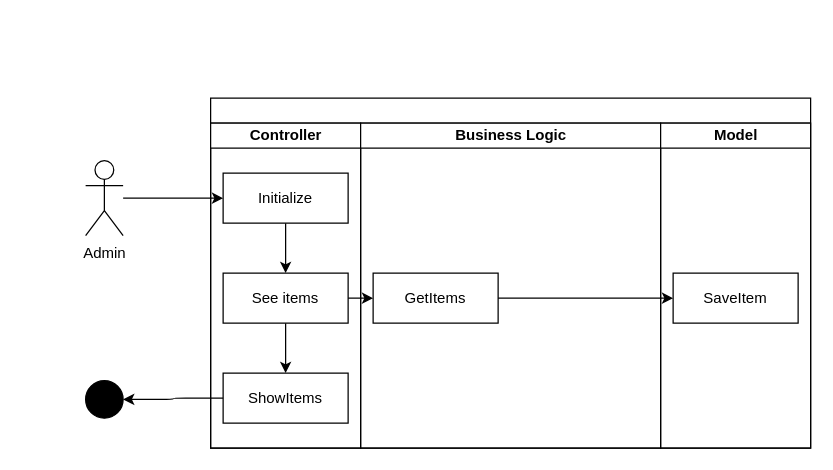
Above: diagrams/ASD/SeeItems.drawio in JochemGrootherder/educom-webshop-runtime-records (draw.io), before the change. Source tidied: cells renumbered, new cells numbered last; positions are measured from the earlier drawing's top-left corner, leaving out a move shared by most shapes. Both pictures are drawn from the tidied source at 125%, with x=0, y=0 at pixel (85, 98).
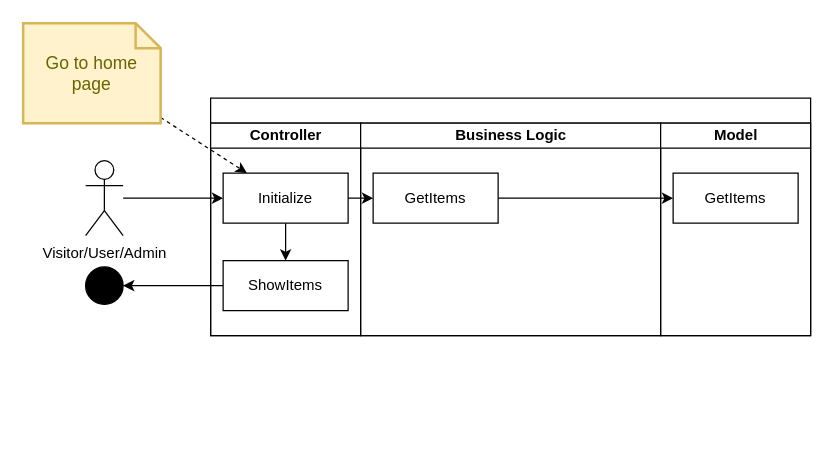
Above is the later version.

Diff of the diagram source:
```diff
@@
 <mxGraphModel>
   <root>
     <mxCell id="0" />
     <mxCell id="1" parent="0" />
     <mxCell id="2" style="swimlane;startSize=20;html=1;" parent="1" vertex="1">
-      <mxGeometry x="100" width="480" height="280" as="geometry" />
+      <mxGeometry x="100" width="480" height="190" as="geometry" />
     </mxCell>
     <mxCell id="3" value="Controller" style="swimlane;startSize=20;html=1;" parent="2" vertex="1">
-      <mxGeometry y="20" width="120" height="260" as="geometry" />
+      <mxGeometry y="20" width="120" height="170" as="geometry" />
     </mxCell>
-    <mxCell id="4" style="edgeStyle=none;html=1;" parent="3" edge="1" source="5" target="7">
+    <mxCell id="4" style="edgeStyle=none;html=1;entryX=0.5;entryY=0;entryDx=0;entryDy=0;" parent="3" edge="1" source="5" target="8">
       <mxGeometry relative="1" as="geometry" />
     </mxCell>
     <mxCell id="5" value="Initialize" style="rounded=0;whiteSpace=wrap;html=1;" parent="3" vertex="1">
       <mxGeometry x="10" y="40" width="100" height="40" as="geometry" />
     </mxCell>
-    <mxCell id="6" style="edgeStyle=orthogonalEdgeStyle;html=1;fontSize=15;" parent="3" edge="1" source="7" target="8">
-      <mxGeometry relative="1" as="geometry" />
-    </mxCell>
-    <mxCell id="7" value="See items" style="rounded=0;whiteSpace=wrap;html=1;" parent="3" vertex="1">
-      <mxGeometry x="10" y="120" width="100" height="40" as="geometry" />
-    </mxCell>
     <mxCell id="8" value="ShowItems" style="rounded=0;whiteSpace=wrap;html=1;" parent="3" vertex="1">
-      <mxGeometry x="10" y="200" width="100" height="40" as="geometry" />
+      <mxGeometry x="10" y="110" width="100" height="40" as="geometry" />
     </mxCell>
+    <mxCell id="14" style="edgeStyle=none;html=1;" parent="2" edge="1" source="10" target="12">
+      <mxGeometry relative="1" as="geometry" />
+    </mxCell>
     <mxCell id="9" value="Business Logic" style="swimlane;startSize=20;html=1;" parent="2" vertex="1">
-      <mxGeometry x="120" y="20" width="240" height="260" as="geometry" />
+      <mxGeometry x="120" y="20" width="240" height="170" as="geometry" />
     </mxCell>
     <mxCell id="10" value="GetItems" style="rounded=0;whiteSpace=wrap;html=1;" parent="9" vertex="1">
-      <mxGeometry x="10" y="120" width="100" height="40" as="geometry" />
+      <mxGeometry x="10" y="40" width="100" height="40" as="geometry" />
     </mxCell>
     <mxCell id="11" value="Model" style="swimlane;startSize=20;html=1;" parent="2" vertex="1">
-      <mxGeometry x="360" y="20" width="120" height="260" as="geometry" />
+      <mxGeometry x="360" y="20" width="120" height="170" as="geometry" />
     </mxCell>
-    <mxCell id="12" value="SaveItem" style="rounded=0;whiteSpace=wrap;html=1;" parent="11" vertex="1">
-      <mxGeometry x="10" y="120" width="100" height="40" as="geometry" />
+    <mxCell id="12" value="GetItems" style="rounded=0;whiteSpace=wrap;html=1;" parent="11" vertex="1">
+      <mxGeometry x="10" y="40" width="100" height="40" as="geometry" />
     </mxCell>
-    <mxCell id="13" style="edgeStyle=none;html=1;" parent="2" edge="1" source="7" target="10">
+    <mxCell id="13" style="edgeStyle=none;html=1;" parent="2" edge="1" source="5" target="10">
       <mxGeometry relative="1" as="geometry" />
     </mxCell>
-    <mxCell id="14" style="edgeStyle=none;html=1;" parent="2" edge="1" source="10" target="12">
-      <mxGeometry relative="1" as="geometry" />
-    </mxCell>
     <mxCell id="15" style="edgeStyle=none;html=1;" parent="1" edge="1" source="16" target="5">
       <mxGeometry relative="1" as="geometry" />
     </mxCell>
-    <mxCell id="16" value="Admin" style="shape=umlActor;verticalLabelPosition=bottom;verticalAlign=top;html=1;outlineConnect=0;" parent="1" vertex="1">
+    <mxCell id="16" value="Visitor/User/Admin" style="shape=umlActor;verticalLabelPosition=bottom;verticalAlign=top;html=1;outlineConnect=0;" parent="1" vertex="1">
       <mxGeometry y="50" width="30" height="60" as="geometry" />
     </mxCell>
     <mxCell id="17" style="ellipse;fillColor=strokeColor;fontSize=15;" parent="1" vertex="1">
-      <mxGeometry y="226" width="30" height="30" as="geometry" />
+      <mxGeometry y="135" width="30" height="30" as="geometry" />
     </mxCell>
     <mxCell id="18" style="edgeStyle=orthogonalEdgeStyle;html=1;fontSize=15;" parent="1" edge="1" source="8" target="17">
       <mxGeometry relative="1" as="geometry" />
     </mxCell>
+    <mxCell id="19" style="edgeStyle=none;html=1;dashed=1;" parent="1" edge="1" source="20" target="5">
+      <mxGeometry relative="1" as="geometry" />
+    </mxCell>
+    <mxCell id="20" value="Go to home page" style="shape=note;strokeWidth=2;fontSize=14;size=20;whiteSpace=wrap;html=1;fillColor=#fff2cc;strokeColor=#d6b656;fontColor=#666600;" parent="1" vertex="1">
+      <mxGeometry x="-50" y="-60" width="110" height="80" as="geometry" />
+    </mxCell>
   </root>
 </mxGraphModel>
```
